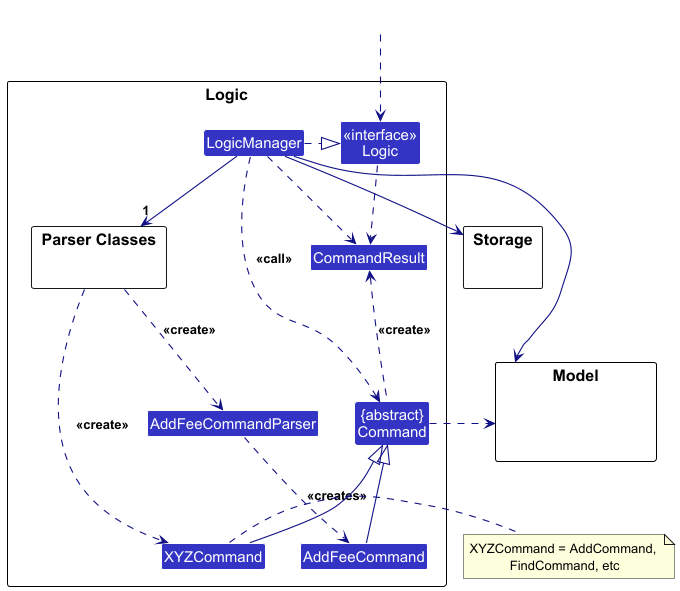
Above: docs/images/LogicClassDiagram.png in AY2526S1-CS2103T-T14-1/tp (PlantUML), before the change.
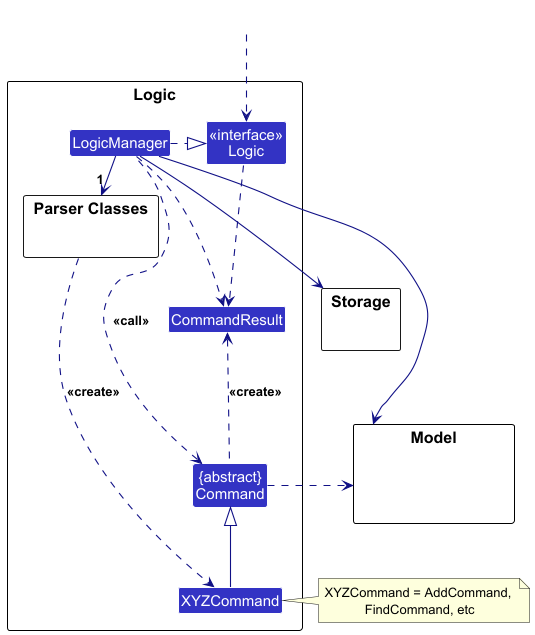
After the commit.

Commit message:
Update uml for parser classes

Diff of the diagram source:
```diff
@@ -11,12 +11,6 @@
 Class XYZCommand
 Class CommandResult
 Class "{abstract}\nCommand" as Command
-
-Class AddFeeCommand
-Class AddFeeCommandParser
-AddFeeCommand -up-|> Command
-ParserClasses ..> AddFeeCommandParser : <<create>>
-AddFeeCommandParser ..> AddFeeCommand : <<creates>>
 
 Class "<<interface>>\nLogic" as Logic
 Class LogicManager
```
